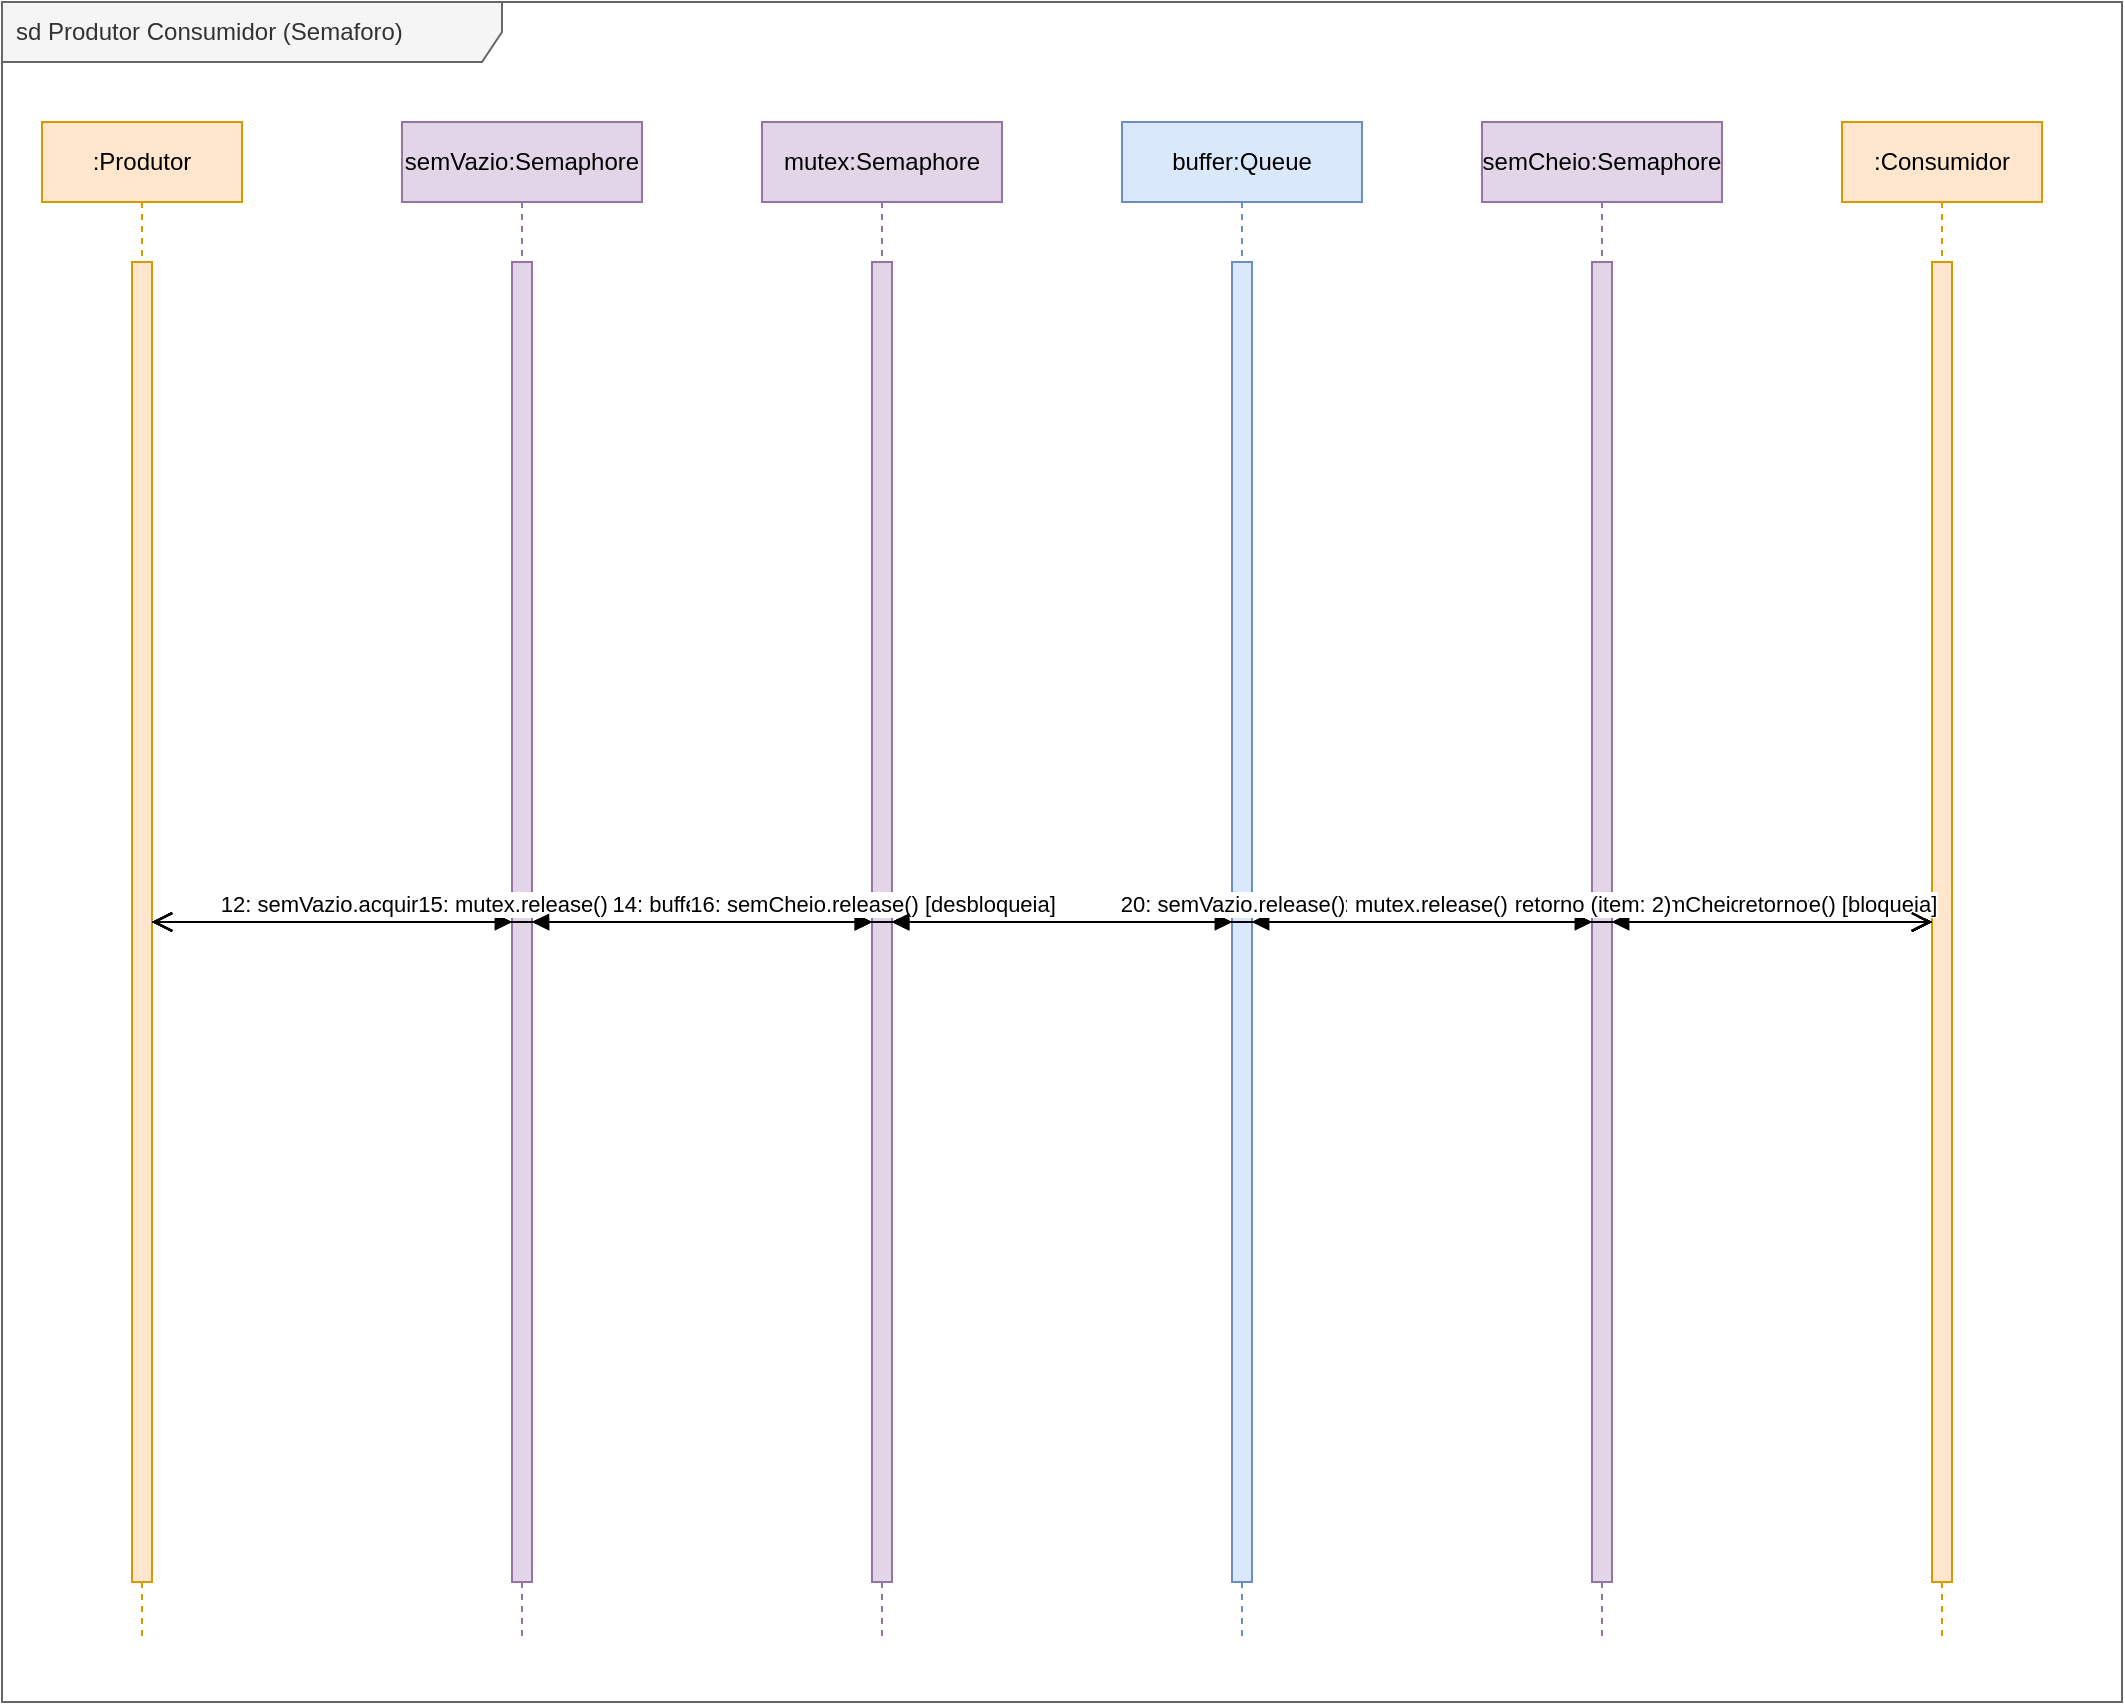
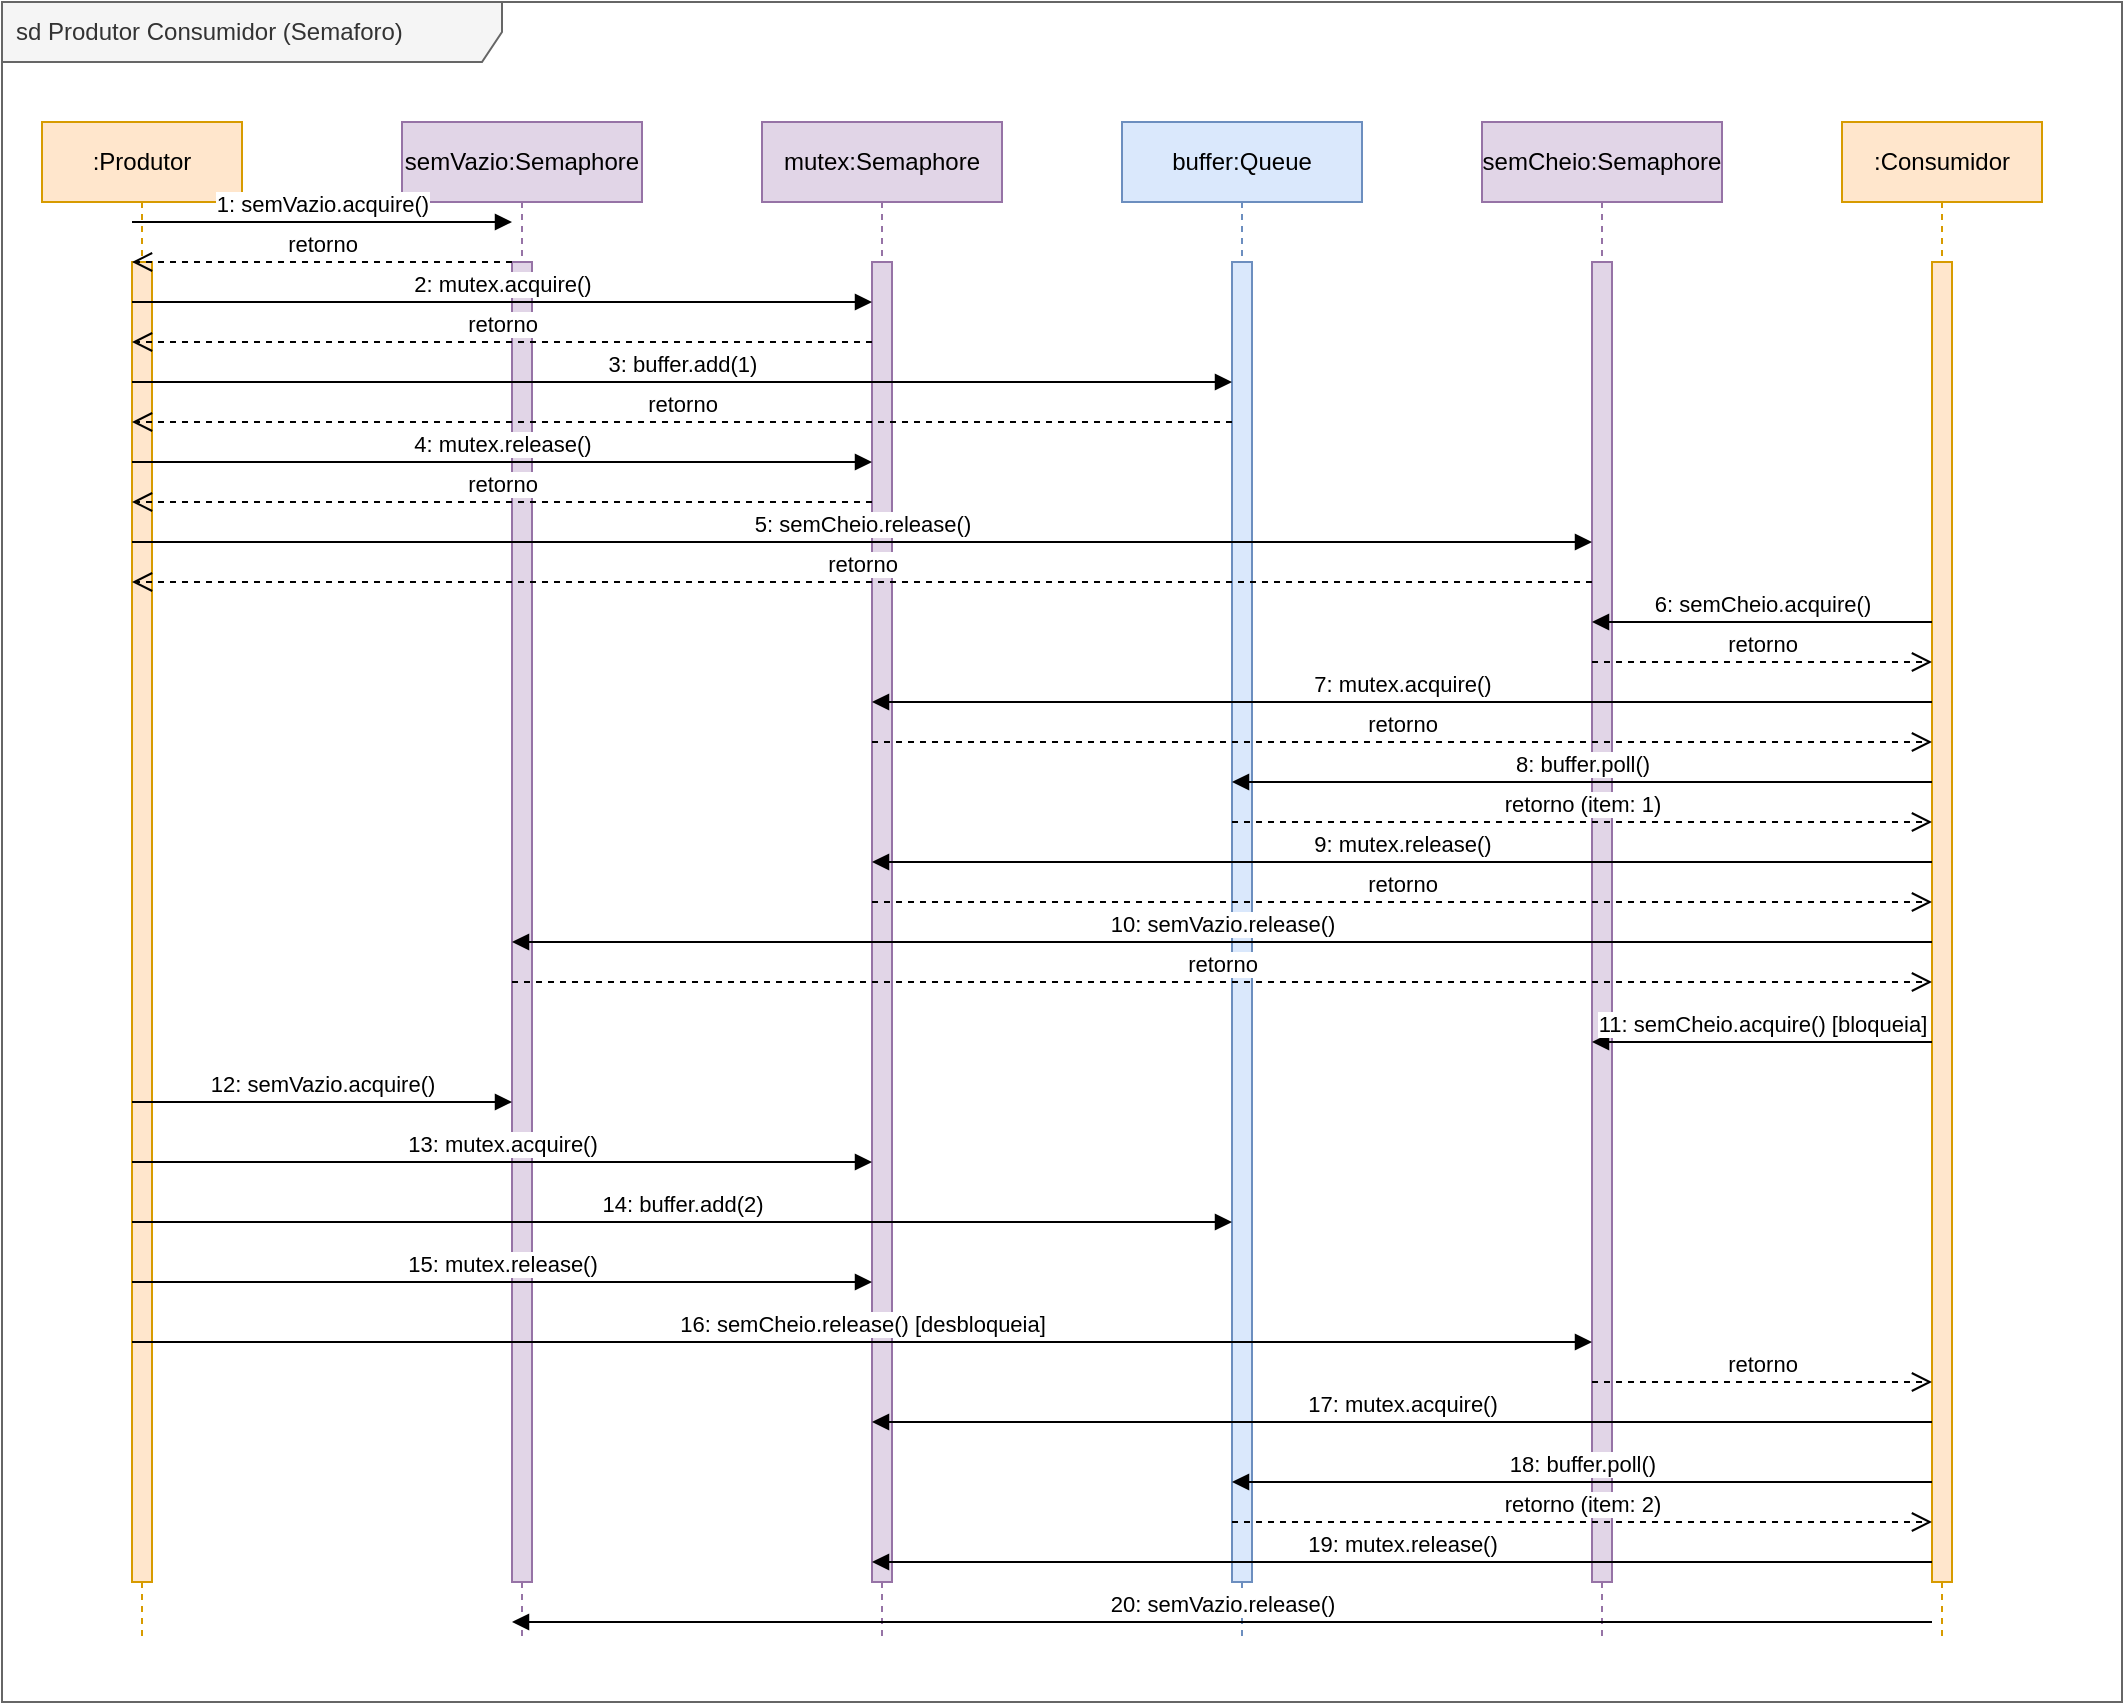
<mxfile host="app.diagrams.net" pages="1">
  <diagram id="produtor_consumidor_semaforo_sequence" name="Sequence Diagram">
    <mxGraphModel dx="1200" dy="1000" grid="1" gridSize="10" guides="1" tooltips="1" connect="1" arrows="1" fold="1" page="1" pageScale="1" pageWidth="1100" pageHeight="1320" math="0" shadow="0">
      <root>
        <mxCell id="0" />
        <mxCell id="1" parent="0" />

        <!-- Frame container -->
        <mxCell id="frame_container" value="sd Produtor Consumidor (Semaforo)" style="shape=umlFrame;whiteSpace=wrap;html=1;width=250;height=30;boundedLbl=1;verticalAlign=middle;align=left;spacingLeft=5;fillColor=#f5f5f5;fontColor=#333333;strokeColor=#666666;" parent="1" vertex="1">
          <mxGeometry x="20" y="20" width="1060" height="850" as="geometry" />
        </mxCell>

        <!-- Lifelines -->

        <!-- Lifeline 1: Produtor -->
        <mxCell id="lifeline_prod" value=":Produtor" style="shape=umlLifeline;perimeter=lifelinePerimeter;whiteSpace=wrap;html=1;container=1;collapsible=0;recursiveResize=0;outlineConnect=0;fillColor=#ffe6cc;strokeColor=#d79b00;" parent="1" vertex="1">
          <mxGeometry x="40" y="80" width="100" height="760" as="geometry" />
        </mxCell>
        <mxCell id="act_prod" value="" style="html=1;points=[];perimeter=orthogonalPerimeter;fillColor=#ffe6cc;strokeColor=#d79b00;" parent="lifeline_prod" vertex="1">
          <mxGeometry x="45" y="70" width="10" height="660" as="geometry" />
        </mxCell>

        <!-- Lifeline 2: semVazio -->
        <mxCell id="lifeline_sem_vazio" value="semVazio:Semaphore" style="shape=umlLifeline;perimeter=lifelinePerimeter;whiteSpace=wrap;html=1;container=1;collapsible=0;recursiveResize=0;outlineConnect=0;fillColor=#e1d5e7;strokeColor=#9673a6;" parent="1" vertex="1">
          <mxGeometry x="220" y="80" width="120" height="760" as="geometry" />
        </mxCell>
        <mxCell id="act_sem_vazio" value="" style="html=1;points=[];perimeter=orthogonalPerimeter;fillColor=#e1d5e7;strokeColor=#9673a6;" parent="lifeline_sem_vazio" vertex="1">
          <mxGeometry x="55" y="70" width="10" height="660" as="geometry" />
        </mxCell>

        <!-- Lifeline 3: mutex -->
        <mxCell id="lifeline_mutex" value="mutex:Semaphore" style="shape=umlLifeline;perimeter=lifelinePerimeter;whiteSpace=wrap;html=1;container=1;collapsible=0;recursiveResize=0;outlineConnect=0;fillColor=#e1d5e7;strokeColor=#9673a6;" parent="1" vertex="1">
          <mxGeometry x="400" y="80" width="120" height="760" as="geometry" />
        </mxCell>
        <mxCell id="act_mutex" value="" style="html=1;points=[];perimeter=orthogonalPerimeter;fillColor=#e1d5e7;strokeColor=#9673a6;" parent="lifeline_mutex" vertex="1">
          <mxGeometry x="55" y="70" width="10" height="660" as="geometry" />
        </mxCell>

        <!-- Lifeline 4: buffer -->
        <mxCell id="lifeline_buf" value="buffer:Queue" style="shape=umlLifeline;perimeter=lifelinePerimeter;whiteSpace=wrap;html=1;container=1;collapsible=0;recursiveResize=0;outlineConnect=0;fillColor=#dae8fc;strokeColor=#6c8ebf;" parent="1" vertex="1">
          <mxGeometry x="580" y="80" width="120" height="760" as="geometry" />
        </mxCell>
        <mxCell id="act_buf" value="" style="html=1;points=[];perimeter=orthogonalPerimeter;fillColor=#dae8fc;strokeColor=#6c8ebf;" parent="lifeline_buf" vertex="1">
          <mxGeometry x="55" y="70" width="10" height="660" as="geometry" />
        </mxCell>

        <!-- Lifeline 5: semCheio -->
        <mxCell id="lifeline_sem_cheio" value="semCheio:Semaphore" style="shape=umlLifeline;perimeter=lifelinePerimeter;whiteSpace=wrap;html=1;container=1;collapsible=0;recursiveResize=0;outlineConnect=0;fillColor=#e1d5e7;strokeColor=#9673a6;" parent="1" vertex="1">
          <mxGeometry x="760" y="80" width="120" height="760" as="geometry" />
        </mxCell>
        <mxCell id="act_sem_cheio" value="" style="html=1;points=[];perimeter=orthogonalPerimeter;fillColor=#e1d5e7;strokeColor=#9673a6;" parent="lifeline_sem_cheio" vertex="1">
          <mxGeometry x="55" y="70" width="10" height="660" as="geometry" />
        </mxCell>

        <!-- Lifeline 6: Consumidor -->
        <mxCell id="lifeline_cons" value=":Consumidor" style="shape=umlLifeline;perimeter=lifelinePerimeter;whiteSpace=wrap;html=1;container=1;collapsible=0;recursiveResize=0;outlineConnect=0;fillColor=#ffe6cc;strokeColor=#d79b00;" parent="1" vertex="1">
          <mxGeometry x="940" y="80" width="100" height="760" as="geometry" />
        </mxCell>
        <mxCell id="act_cons" value="" style="html=1;points=[];perimeter=orthogonalPerimeter;fillColor=#ffe6cc;strokeColor=#d79b00;" parent="lifeline_cons" vertex="1">
          <mxGeometry x="45" y="70" width="10" height="660" as="geometry" />
        </mxCell>

        <!-- Messages -->

        <!-- Phase 1: Produtor produces item 1 -->
-         <mxCell id="msg_1" value="1: semVazio.acquire()" style="html=1;verticalAlign=bottom;endArrow=block;rounded=0;" edge="1" parent="1" source="act_prod" target="act_sem_vazio">
+         <mxCell id="msg_1" value="1: semVazio.acquire()" style="html=1;verticalAlign=bottom;endArrow=block;rounded=0;" edge="1" parent="1">
          <mxGeometry relative="1" as="geometry">
            <mxPoint x="85" y="130" as="sourcePoint" />
            <mxPoint x="275" y="130" as="targetPoint" />
          </mxGeometry>
        </mxCell>
-         <mxCell id="msg_2" value="retorno" style="html=1;verticalAlign=bottom;endArrow=open;dashed=1;endSize=8;rounded=0;" edge="1" parent="1" source="act_sem_vazio" target="act_prod">
+         <mxCell id="msg_2" value="retorno" style="html=1;verticalAlign=bottom;endArrow=open;dashed=1;endSize=8;rounded=0;" edge="1" parent="1">
          <mxGeometry relative="1" as="geometry">
            <mxPoint x="275" y="150" as="sourcePoint" />
            <mxPoint x="85" y="150" as="targetPoint" />
          </mxGeometry>
        </mxCell>
-         <mxCell id="msg_3" value="2: mutex.acquire()" style="html=1;verticalAlign=bottom;endArrow=block;rounded=0;" edge="1" parent="1" source="act_prod" target="act_mutex">
+         <mxCell id="msg_3" value="2: mutex.acquire()" style="html=1;verticalAlign=bottom;endArrow=block;rounded=0;" edge="1" parent="1">
          <mxGeometry relative="1" as="geometry">
            <mxPoint x="85" y="170" as="sourcePoint" />
            <mxPoint x="455" y="170" as="targetPoint" />
          </mxGeometry>
        </mxCell>
-         <mxCell id="msg_4" value="retorno" style="html=1;verticalAlign=bottom;endArrow=open;dashed=1;endSize=8;rounded=0;" edge="1" parent="1" source="act_mutex" target="act_prod">
+         <mxCell id="msg_4" value="retorno" style="html=1;verticalAlign=bottom;endArrow=open;dashed=1;endSize=8;rounded=0;" edge="1" parent="1">
          <mxGeometry relative="1" as="geometry">
            <mxPoint x="455" y="190" as="sourcePoint" />
            <mxPoint x="85" y="190" as="targetPoint" />
          </mxGeometry>
        </mxCell>
-         <mxCell id="msg_5" value="3: buffer.add(1)" style="html=1;verticalAlign=bottom;endArrow=block;rounded=0;" edge="1" parent="1" source="act_prod" target="act_buf">
+         <mxCell id="msg_5" value="3: buffer.add(1)" style="html=1;verticalAlign=bottom;endArrow=block;rounded=0;" edge="1" parent="1">
          <mxGeometry relative="1" as="geometry">
            <mxPoint x="85" y="210" as="sourcePoint" />
            <mxPoint x="635" y="210" as="targetPoint" />
          </mxGeometry>
        </mxCell>
-         <mxCell id="msg_6" value="retorno" style="html=1;verticalAlign=bottom;endArrow=open;dashed=1;endSize=8;rounded=0;" edge="1" parent="1" source="act_buf" target="act_prod">
+         <mxCell id="msg_6" value="retorno" style="html=1;verticalAlign=bottom;endArrow=open;dashed=1;endSize=8;rounded=0;" edge="1" parent="1">
          <mxGeometry relative="1" as="geometry">
            <mxPoint x="635" y="230" as="sourcePoint" />
            <mxPoint x="85" y="230" as="targetPoint" />
          </mxGeometry>
        </mxCell>
-         <mxCell id="msg_7" value="4: mutex.release()" style="html=1;verticalAlign=bottom;endArrow=block;rounded=0;" edge="1" parent="1" source="act_prod" target="act_mutex">
+         <mxCell id="msg_7" value="4: mutex.release()" style="html=1;verticalAlign=bottom;endArrow=block;rounded=0;" edge="1" parent="1">
          <mxGeometry relative="1" as="geometry">
            <mxPoint x="85" y="250" as="sourcePoint" />
            <mxPoint x="455" y="250" as="targetPoint" />
          </mxGeometry>
        </mxCell>
-         <mxCell id="msg_8" value="retorno" style="html=1;verticalAlign=bottom;endArrow=open;dashed=1;endSize=8;rounded=0;" edge="1" parent="1" source="act_mutex" target="act_prod">
+         <mxCell id="msg_8" value="retorno" style="html=1;verticalAlign=bottom;endArrow=open;dashed=1;endSize=8;rounded=0;" edge="1" parent="1">
          <mxGeometry relative="1" as="geometry">
            <mxPoint x="455" y="270" as="sourcePoint" />
            <mxPoint x="85" y="270" as="targetPoint" />
          </mxGeometry>
        </mxCell>
-         <mxCell id="msg_9" value="5: semCheio.release()" style="html=1;verticalAlign=bottom;endArrow=block;rounded=0;" edge="1" parent="1" source="act_prod" target="act_sem_cheio">
+         <mxCell id="msg_9" value="5: semCheio.release()" style="html=1;verticalAlign=bottom;endArrow=block;rounded=0;" edge="1" parent="1">
          <mxGeometry relative="1" as="geometry">
            <mxPoint x="85" y="290" as="sourcePoint" />
            <mxPoint x="815" y="290" as="targetPoint" />
          </mxGeometry>
        </mxCell>
-         <mxCell id="msg_10" value="retorno" style="html=1;verticalAlign=bottom;endArrow=open;dashed=1;endSize=8;rounded=0;" edge="1" parent="1" source="act_sem_cheio" target="act_prod">
+         <mxCell id="msg_10" value="retorno" style="html=1;verticalAlign=bottom;endArrow=open;dashed=1;endSize=8;rounded=0;" edge="1" parent="1">
          <mxGeometry relative="1" as="geometry">
            <mxPoint x="815" y="310" as="sourcePoint" />
            <mxPoint x="85" y="310" as="targetPoint" />
          </mxGeometry>
        </mxCell>

        <!-- Phase 2: Consumidor consumes item 1 -->
-         <mxCell id="msg_11" value="6: semCheio.acquire()" style="html=1;verticalAlign=bottom;endArrow=block;rounded=0;" edge="1" parent="1" source="act_cons" target="act_sem_cheio">
+         <mxCell id="msg_11" value="6: semCheio.acquire()" style="html=1;verticalAlign=bottom;endArrow=block;rounded=0;" edge="1" parent="1">
          <mxGeometry relative="1" as="geometry">
            <mxPoint x="985" y="330" as="sourcePoint" />
            <mxPoint x="815" y="330" as="targetPoint" />
          </mxGeometry>
        </mxCell>
-         <mxCell id="msg_12" value="retorno" style="html=1;verticalAlign=bottom;endArrow=open;dashed=1;endSize=8;rounded=0;" edge="1" parent="1" source="act_sem_cheio" target="act_cons">
+         <mxCell id="msg_12" value="retorno" style="html=1;verticalAlign=bottom;endArrow=open;dashed=1;endSize=8;rounded=0;" edge="1" parent="1">
          <mxGeometry relative="1" as="geometry">
            <mxPoint x="815" y="350" as="sourcePoint" />
            <mxPoint x="985" y="350" as="targetPoint" />
          </mxGeometry>
        </mxCell>
-         <mxCell id="msg_13" value="7: mutex.acquire()" style="html=1;verticalAlign=bottom;endArrow=block;rounded=0;" edge="1" parent="1" source="act_cons" target="act_mutex">
+         <mxCell id="msg_13" value="7: mutex.acquire()" style="html=1;verticalAlign=bottom;endArrow=block;rounded=0;" edge="1" parent="1">
          <mxGeometry relative="1" as="geometry">
            <mxPoint x="985" y="370" as="sourcePoint" />
            <mxPoint x="455" y="370" as="targetPoint" />
          </mxGeometry>
        </mxCell>
-         <mxCell id="msg_14" value="retorno" style="html=1;verticalAlign=bottom;endArrow=open;dashed=1;endSize=8;rounded=0;" edge="1" parent="1" source="act_mutex" target="act_cons">
+         <mxCell id="msg_14" value="retorno" style="html=1;verticalAlign=bottom;endArrow=open;dashed=1;endSize=8;rounded=0;" edge="1" parent="1">
          <mxGeometry relative="1" as="geometry">
            <mxPoint x="455" y="390" as="sourcePoint" />
            <mxPoint x="985" y="390" as="targetPoint" />
          </mxGeometry>
        </mxCell>
-         <mxCell id="msg_15" value="8: buffer.poll()" style="html=1;verticalAlign=bottom;endArrow=block;rounded=0;" edge="1" parent="1" source="act_cons" target="act_buf">
+         <mxCell id="msg_15" value="8: buffer.poll()" style="html=1;verticalAlign=bottom;endArrow=block;rounded=0;" edge="1" parent="1">
          <mxGeometry relative="1" as="geometry">
            <mxPoint x="985" y="410" as="sourcePoint" />
            <mxPoint x="635" y="410" as="targetPoint" />
          </mxGeometry>
        </mxCell>
-         <mxCell id="msg_16" value="retorno (item: 1)" style="html=1;verticalAlign=bottom;endArrow=open;dashed=1;endSize=8;rounded=0;" edge="1" parent="1" source="act_buf" target="act_cons">
+         <mxCell id="msg_16" value="retorno (item: 1)" style="html=1;verticalAlign=bottom;endArrow=open;dashed=1;endSize=8;rounded=0;" edge="1" parent="1">
          <mxGeometry relative="1" as="geometry">
            <mxPoint x="635" y="430" as="sourcePoint" />
            <mxPoint x="985" y="430" as="targetPoint" />
          </mxGeometry>
        </mxCell>
-         <mxCell id="msg_17" value="9: mutex.release()" style="html=1;verticalAlign=bottom;endArrow=block;rounded=0;" edge="1" parent="1" source="act_cons" target="act_mutex">
+         <mxCell id="msg_17" value="9: mutex.release()" style="html=1;verticalAlign=bottom;endArrow=block;rounded=0;" edge="1" parent="1">
          <mxGeometry relative="1" as="geometry">
            <mxPoint x="985" y="450" as="sourcePoint" />
            <mxPoint x="455" y="450" as="targetPoint" />
          </mxGeometry>
        </mxCell>
-         <mxCell id="msg_18" value="retorno" style="html=1;verticalAlign=bottom;endArrow=open;dashed=1;endSize=8;rounded=0;" edge="1" parent="1" source="act_mutex" target="act_cons">
+         <mxCell id="msg_18" value="retorno" style="html=1;verticalAlign=bottom;endArrow=open;dashed=1;endSize=8;rounded=0;" edge="1" parent="1">
          <mxGeometry relative="1" as="geometry">
            <mxPoint x="455" y="470" as="sourcePoint" />
            <mxPoint x="985" y="470" as="targetPoint" />
          </mxGeometry>
        </mxCell>
-         <mxCell id="msg_19" value="10: semVazio.release()" style="html=1;verticalAlign=bottom;endArrow=block;rounded=0;" edge="1" parent="1" source="act_cons" target="act_sem_vazio">
+         <mxCell id="msg_19" value="10: semVazio.release()" style="html=1;verticalAlign=bottom;endArrow=block;rounded=0;" edge="1" parent="1">
          <mxGeometry relative="1" as="geometry">
            <mxPoint x="985" y="490" as="sourcePoint" />
            <mxPoint x="275" y="490" as="targetPoint" />
          </mxGeometry>
        </mxCell>
-         <mxCell id="msg_20" value="retorno" style="html=1;verticalAlign=bottom;endArrow=open;dashed=1;endSize=8;rounded=0;" edge="1" parent="1" source="act_sem_vazio" target="act_cons">
+         <mxCell id="msg_20" value="retorno" style="html=1;verticalAlign=bottom;endArrow=open;dashed=1;endSize=8;rounded=0;" edge="1" parent="1">
          <mxGeometry relative="1" as="geometry">
            <mxPoint x="275" y="510" as="sourcePoint" />
            <mxPoint x="985" y="510" as="targetPoint" />
          </mxGeometry>
        </mxCell>

        <!-- Phase 3: Consumidor tries to consume again (blocks on semCheio) -->
-         <mxCell id="msg_21" value="11: semCheio.acquire() [bloqueia]" style="html=1;verticalAlign=bottom;endArrow=block;rounded=0;" edge="1" parent="1" source="act_cons" target="act_sem_cheio">
+         <mxCell id="msg_21" value="11: semCheio.acquire() [bloqueia]" style="html=1;verticalAlign=bottom;endArrow=block;rounded=0;" edge="1" parent="1">
          <mxGeometry relative="1" as="geometry">
            <mxPoint x="985" y="540" as="sourcePoint" />
            <mxPoint x="815" y="540" as="targetPoint" />
          </mxGeometry>
        </mxCell>

        <!-- Phase 4: Produtor produces item 2 -->
-         <mxCell id="msg_22" value="12: semVazio.acquire()" style="html=1;verticalAlign=bottom;endArrow=block;rounded=0;" edge="1" parent="1" source="act_prod" target="act_sem_vazio">
+         <mxCell id="msg_22" value="12: semVazio.acquire()" style="html=1;verticalAlign=bottom;endArrow=block;rounded=0;" edge="1" parent="1">
          <mxGeometry relative="1" as="geometry">
            <mxPoint x="85" y="570" as="sourcePoint" />
            <mxPoint x="275" y="570" as="targetPoint" />
          </mxGeometry>
        </mxCell>
-         <mxCell id="msg_23" value="13: mutex.acquire()" style="html=1;verticalAlign=bottom;endArrow=block;rounded=0;" edge="1" parent="1" source="act_prod" target="act_mutex">
+         <mxCell id="msg_23" value="13: mutex.acquire()" style="html=1;verticalAlign=bottom;endArrow=block;rounded=0;" edge="1" parent="1">
          <mxGeometry relative="1" as="geometry">
            <mxPoint x="85" y="600" as="sourcePoint" />
            <mxPoint x="455" y="600" as="targetPoint" />
          </mxGeometry>
        </mxCell>
-         <mxCell id="msg_24" value="14: buffer.add(2)" style="html=1;verticalAlign=bottom;endArrow=block;rounded=0;" edge="1" parent="1" source="act_prod" target="act_buf">
+         <mxCell id="msg_24" value="14: buffer.add(2)" style="html=1;verticalAlign=bottom;endArrow=block;rounded=0;" edge="1" parent="1">
          <mxGeometry relative="1" as="geometry">
            <mxPoint x="85" y="630" as="sourcePoint" />
            <mxPoint x="635" y="630" as="targetPoint" />
          </mxGeometry>
        </mxCell>
-         <mxCell id="msg_25" value="15: mutex.release()" style="html=1;verticalAlign=bottom;endArrow=block;rounded=0;" edge="1" parent="1" source="act_prod" target="act_mutex">
+         <mxCell id="msg_25" value="15: mutex.release()" style="html=1;verticalAlign=bottom;endArrow=block;rounded=0;" edge="1" parent="1">
          <mxGeometry relative="1" as="geometry">
            <mxPoint x="85" y="660" as="sourcePoint" />
            <mxPoint x="455" y="660" as="targetPoint" />
          </mxGeometry>
        </mxCell>
-         <mxCell id="msg_26" value="16: semCheio.release() [desbloqueia]" style="html=1;verticalAlign=bottom;endArrow=block;rounded=0;" edge="1" parent="1" source="act_prod" target="act_sem_cheio">
+         <mxCell id="msg_26" value="16: semCheio.release() [desbloqueia]" style="html=1;verticalAlign=bottom;endArrow=block;rounded=0;" edge="1" parent="1">
          <mxGeometry relative="1" as="geometry">
            <mxPoint x="85" y="690" as="sourcePoint" />
            <mxPoint x="815" y="690" as="targetPoint" />
          </mxGeometry>
        </mxCell>

        <!-- Phase 5: Consumidor wakes up and completes -->
-         <mxCell id="msg_27" value="retorno" style="html=1;verticalAlign=bottom;endArrow=open;dashed=1;endSize=8;rounded=0;" edge="1" parent="1" source="act_sem_cheio" target="act_cons">
+         <mxCell id="msg_27" value="retorno" style="html=1;verticalAlign=bottom;endArrow=open;dashed=1;endSize=8;rounded=0;" edge="1" parent="1">
          <mxGeometry relative="1" as="geometry">
            <mxPoint x="815" y="710" as="sourcePoint" />
            <mxPoint x="985" y="710" as="targetPoint" />
          </mxGeometry>
        </mxCell>
-         <mxCell id="msg_28" value="17: mutex.acquire()" style="html=1;verticalAlign=bottom;endArrow=block;rounded=0;" edge="1" parent="1" source="act_cons" target="act_mutex">
+         <mxCell id="msg_28" value="17: mutex.acquire()" style="html=1;verticalAlign=bottom;endArrow=block;rounded=0;" edge="1" parent="1">
          <mxGeometry relative="1" as="geometry">
            <mxPoint x="985" y="730" as="sourcePoint" />
            <mxPoint x="455" y="730" as="targetPoint" />
          </mxGeometry>
        </mxCell>
-         <mxCell id="msg_29" value="18: buffer.poll()" style="html=1;verticalAlign=bottom;endArrow=block;rounded=0;" edge="1" parent="1" source="act_cons" target="act_buf">
+         <mxCell id="msg_29" value="18: buffer.poll()" style="html=1;verticalAlign=bottom;endArrow=block;rounded=0;" edge="1" parent="1">
          <mxGeometry relative="1" as="geometry">
            <mxPoint x="985" y="760" as="sourcePoint" />
            <mxPoint x="635" y="760" as="targetPoint" />
          </mxGeometry>
        </mxCell>
-         <mxCell id="msg_30" value="retorno (item: 2)" style="html=1;verticalAlign=bottom;endArrow=open;dashed=1;endSize=8;rounded=0;" edge="1" parent="1" source="act_buf" target="act_cons">
+         <mxCell id="msg_30" value="retorno (item: 2)" style="html=1;verticalAlign=bottom;endArrow=open;dashed=1;endSize=8;rounded=0;" edge="1" parent="1">
          <mxGeometry relative="1" as="geometry">
            <mxPoint x="635" y="780" as="sourcePoint" />
            <mxPoint x="985" y="780" as="targetPoint" />
          </mxGeometry>
        </mxCell>
-         <mxCell id="msg_31" value="19: mutex.release()" style="html=1;verticalAlign=bottom;endArrow=block;rounded=0;" edge="1" parent="1" source="act_cons" target="act_mutex">
+         <mxCell id="msg_31" value="19: mutex.release()" style="html=1;verticalAlign=bottom;endArrow=block;rounded=0;" edge="1" parent="1">
          <mxGeometry relative="1" as="geometry">
            <mxPoint x="985" y="800" as="sourcePoint" />
            <mxPoint x="455" y="800" as="targetPoint" />
          </mxGeometry>
        </mxCell>
-         <mxCell id="msg_32" value="20: semVazio.release()" style="html=1;verticalAlign=bottom;endArrow=block;rounded=0;" edge="1" parent="1" source="act_cons" target="act_sem_vazio">
+         <mxCell id="msg_32" value="20: semVazio.release()" style="html=1;verticalAlign=bottom;endArrow=block;rounded=0;" edge="1" parent="1">
          <mxGeometry relative="1" as="geometry">
            <mxPoint x="985" y="830" as="sourcePoint" />
            <mxPoint x="275" y="830" as="targetPoint" />
          </mxGeometry>
        </mxCell>

      </root>
    </mxGraphModel>
  </diagram>
</mxfile>